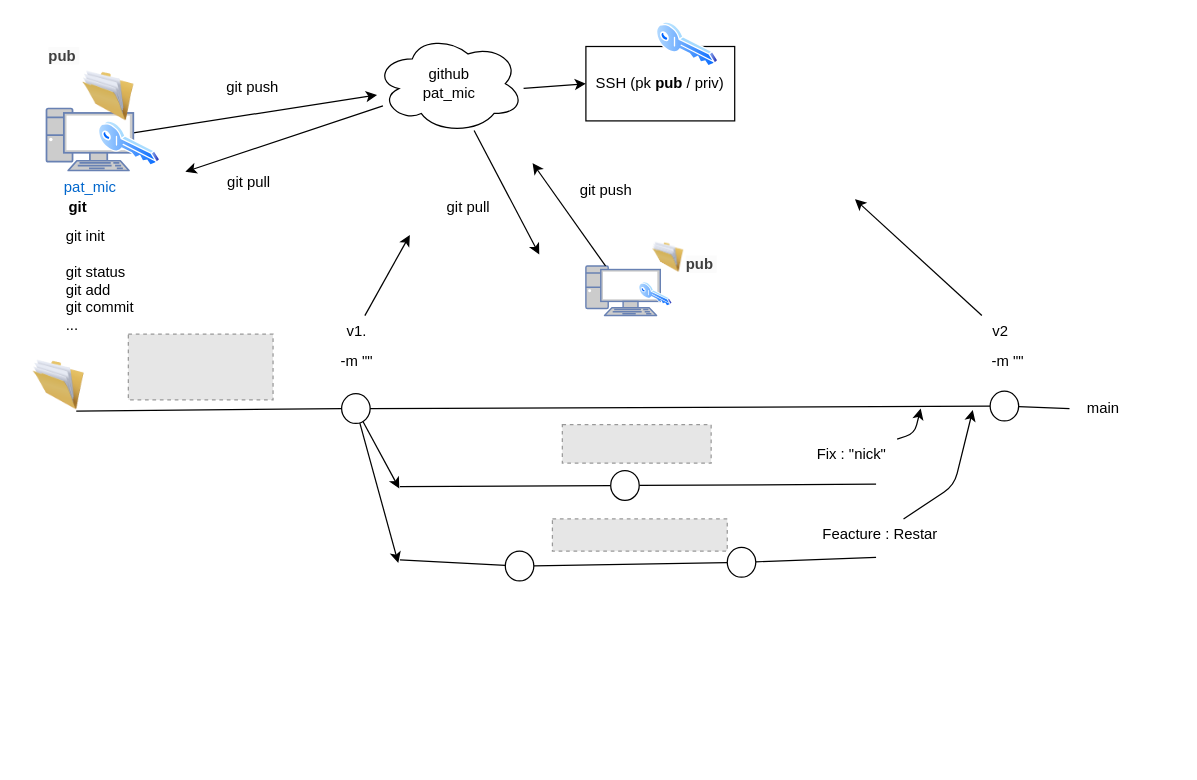
Before: page "Page-1" (1 of 2) of assets/pizarrra.drawio in patmic/borraGit, a draw.io diagram. Source tidied: cells renumbered, new cells numbered last; positions are measured from the earlier drawing's top-left corner, leaving out a move shared by most shapes. Both pictures are drawn from the tidied source at 124%, with x=0, y=0 at pixel (21, 21). Pictures stored in the file or linked from it are replaced by grey dashed boxes.
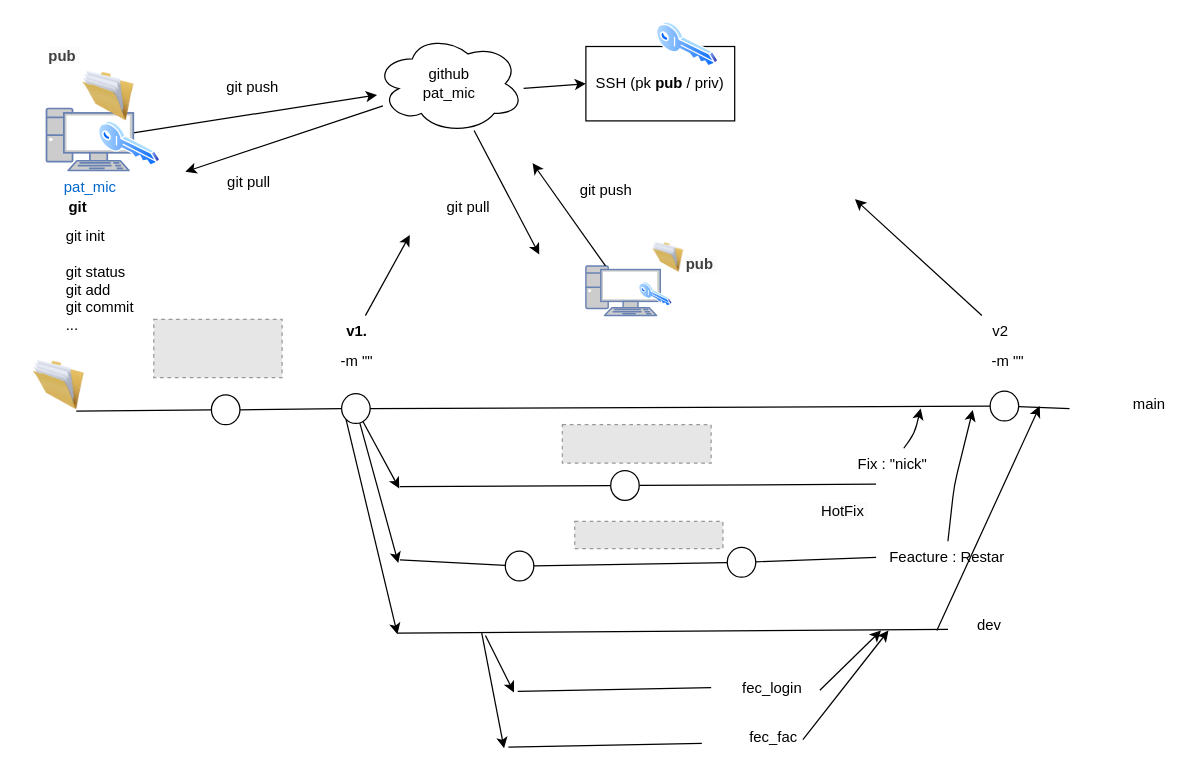
The same page after the edit.

The change refers to these unchanged cells:
```xml
<mxCell id="30" style="ellipse;whiteSpace=wrap;html=1;" parent="1" vertex="1">
  <mxGeometry x="258" y="300" width="23" height="24" as="geometry" />
</mxCell>
```

Diff of the diagram source:
```diff
@@
     <mxCell id="26" style="fillColor=#E6E6E6;strokeColor=#999999;dashed=1;verticalLabelPosition=bottom;labelBackgroundColor=default;verticalAlign=top;" parent="1" vertex="1">
-      <mxGeometry x="86" y="252" width="116.7" height="53" as="geometry" />
+      <mxGeometry x="106.5" y="240" width="103.5" height="47" as="geometry" />
     </mxCell>
-    <mxCell id="27" style="endArrow=none;html=1;" parent="1" edge="1" target="30">
-      <mxGeometry relative="1" as="geometry">
-        <mxPoint x="44" y="314" as="sourcePoint" />
-      </mxGeometry>
+    <mxCell id="27" style="endArrow=none;html=1;" parent="1" edge="1" source="55" target="30">
+      <mxGeometry relative="1" as="geometry" />
     </mxCell>
@@
     <mxCell id="34" value="Fix : &quot;nick&quot;" style="text;html=1;align=center;verticalAlign=middle;points=[];strokeColor=none;fillColor=none;" parent="1" vertex="1">
-      <mxGeometry x="632" y="336" width="74" height="26" as="geometry" />
+      <mxGeometry x="665" y="344" width="74" height="26" as="geometry" />
     </mxCell>
@@
     <mxCell id="37" value="Feacture : Restar" style="text;html=1;align=center;verticalAlign=middle;points=[];strokeColor=none;fillColor=none;" parent="1" vertex="1">
-      <mxGeometry x="636" y="401" width="111" height="26" as="geometry" />
+      <mxGeometry x="690" y="419" width="111" height="26" as="geometry" />
     </mxCell>
@@
-    <mxCell id="47" value="v1." style="text;html=1;align=center;verticalAlign=middle;points=[];strokeColor=none;fillColor=none;" parent="1" vertex="1">
-      <mxGeometry x="252.5" y="237" width="34" height="26" as="geometry" />
+    <mxCell id="47" value="&lt;b&gt;v1.&lt;/b&gt;" style="text;html=1;align=center;verticalAlign=middle;points=[];strokeColor=none;fillColor=none;" parent="1" vertex="1">
+      <mxGeometry x="252.5" y="237" width="35" height="26" as="geometry" />
     </mxCell>
@@
     <mxCell id="51" value="main" style="text;html=1;align=center;verticalAlign=middle;strokeColor=none;fillColor=none;" parent="1" vertex="1">
-      <mxGeometry x="850" y="299" width="44" height="26" as="geometry" />
+      <mxGeometry x="887" y="296" width="44" height="26" as="geometry" />
     </mxCell>
@@
     <mxCell id="53" style="fillColor=#E6E6E6;strokeColor=#999999;dashed=1;verticalLabelPosition=bottom;labelBackgroundColor=default;verticalAlign=top;" parent="1" vertex="1">
-      <mxGeometry x="428" y="401" width="141" height="26" as="geometry" />
+      <mxGeometry x="446" y="403" width="119.5" height="22" as="geometry" />
     </mxCell>
+    <mxCell id="54" style="endArrow=none;html=1;" parent="1" edge="1" target="55">
+      <mxGeometry relative="1" as="geometry">
+        <mxPoint x="44" y="314" as="sourcePoint" />
+      </mxGeometry>
+    </mxCell>
+    <mxCell id="55" style="ellipse;whiteSpace=wrap;html=1;" parent="1" vertex="1">
+      <mxGeometry x="153" y="301" width="23" height="24" as="geometry" />
+    </mxCell>
+    <mxCell id="56" value="&lt;span style=&quot;color: rgb(0, 0, 0); font-family: Helvetica; font-size: 12px; font-style: normal; font-variant-ligatures: normal; font-variant-caps: normal; font-weight: 400; letter-spacing: normal; orphans: 2; text-align: center; text-indent: 0px; text-transform: none; widows: 2; word-spacing: 0px; -webkit-text-stroke-width: 0px; white-space: nowrap; background-color: rgb(251, 251, 251); text-decoration-thickness: initial; text-decoration-style: initial; text-decoration-color: initial; float: none; display: inline !important;&quot;&gt;HotFix&lt;span&gt;&amp;nbsp;&lt;/span&gt;&lt;/span&gt;" style="text;whiteSpace=wrap;html=1;" parent="1" vertex="1">
+      <mxGeometry x="643" y="381" width="47" height="22" as="geometry" />
+    </mxCell>
+    <mxCell id="57" style="edgeStyle=none;html=1;exitX=0;exitY=1;exitDx=0;exitDy=0;" parent="1" edge="1" source="30">
+      <mxGeometry relative="1" as="geometry">
+        <mxPoint x="303" y="494" as="targetPoint" />
+      </mxGeometry>
+    </mxCell>
+    <mxCell id="58" style="endArrow=none;html=1;" parent="1" edge="1">
+      <mxGeometry relative="1" as="geometry">
+        <mxPoint x="303" y="493" as="sourcePoint" />
+        <mxPoint x="747" y="490" as="targetPoint" />
+      </mxGeometry>
+    </mxCell>
+    <mxCell id="59" value="dev" style="text;html=1;align=center;verticalAlign=middle;strokeColor=none;fillColor=none;" parent="1" vertex="1">
+      <mxGeometry x="761" y="474" width="37" height="26" as="geometry" />
+    </mxCell>
+    <mxCell id="60" style="edgeStyle=none;html=1;" parent="1" edge="1">
+      <mxGeometry relative="1" as="geometry">
+        <mxPoint x="374" y="495" as="sourcePoint" />
+        <mxPoint x="397" y="541" as="targetPoint" />
+      </mxGeometry>
+    </mxCell>
+    <mxCell id="61" style="edgeStyle=none;html=1;" parent="1" edge="1">
+      <mxGeometry relative="1" as="geometry">
+        <mxPoint x="371" y="493" as="sourcePoint" />
+        <mxPoint x="389" y="586" as="targetPoint" />
+      </mxGeometry>
+    </mxCell>
+    <mxCell id="62" style="endArrow=none;html=1;" parent="1" edge="1">
+      <mxGeometry relative="1" as="geometry">
+        <mxPoint x="400" y="540" as="sourcePoint" />
+        <mxPoint x="556" y="537" as="targetPoint" />
+      </mxGeometry>
+    </mxCell>
+    <mxCell id="63" style="endArrow=none;html=1;" parent="1" edge="1">
+      <mxGeometry relative="1" as="geometry">
+        <mxPoint x="392.5" y="585" as="sourcePoint" />
+        <mxPoint x="548.5" y="582" as="targetPoint" />
+      </mxGeometry>
+    </mxCell>
+    <mxCell id="64" value="fec_login" style="text;html=1;align=center;verticalAlign=middle;points=[];strokeColor=none;fillColor=none;" parent="1" vertex="1">
+      <mxGeometry x="572" y="525" width="66" height="26" as="geometry" />
+    </mxCell>
+    <mxCell id="65" value="fec_fac" style="text;html=1;align=center;verticalAlign=middle;points=[];strokeColor=none;fillColor=none;" parent="1" vertex="1">
+      <mxGeometry x="577" y="564" width="57" height="26" as="geometry" />
+    </mxCell>
+    <mxCell id="66" style="edgeStyle=none;html=1;exitX=0.93;exitY=0.577;exitDx=0;exitDy=0;exitPerimeter=0;" parent="1" edge="1" source="65">
+      <mxGeometry relative="1" as="geometry">
+        <mxPoint x="699" y="491" as="targetPoint" />
+      </mxGeometry>
+    </mxCell>
+    <mxCell id="67" style="edgeStyle=none;html=1;exitX=1.086;exitY=0.544;exitDx=0;exitDy=0;exitPerimeter=0;" parent="1" edge="1" source="64">
+      <mxGeometry relative="1" as="geometry">
+        <mxPoint x="693" y="491" as="targetPoint" />
+      </mxGeometry>
+    </mxCell>
+    <mxCell id="68" style="edgeStyle=none;html=1;" parent="1" edge="1">
+      <mxGeometry relative="1" as="geometry">
+        <mxPoint x="738" y="491" as="sourcePoint" />
+        <mxPoint x="821" y="310" as="targetPoint" />
+      </mxGeometry>
+    </mxCell>
```
